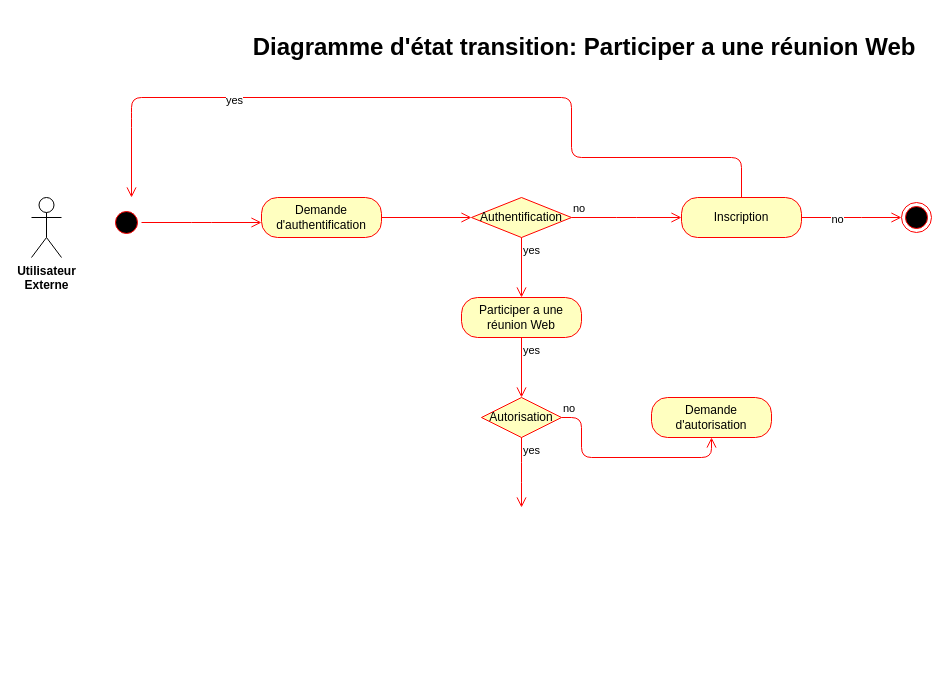
The draw.io diagram page "Diagr_EtatTransition_AstraRecherche" (10 of 10) of AstraComponentDiagr.drawio in Lamessolo/ProjetLeadTech, before the edit. Source tidied: cells renumbered, new cells numbered last; positions are measured from the earlier drawing's top-left corner, leaving out a move shared by most shapes. Both pictures are drawn from the tidied source at 100%, with x=0, y=0 at pixel (31, 27).
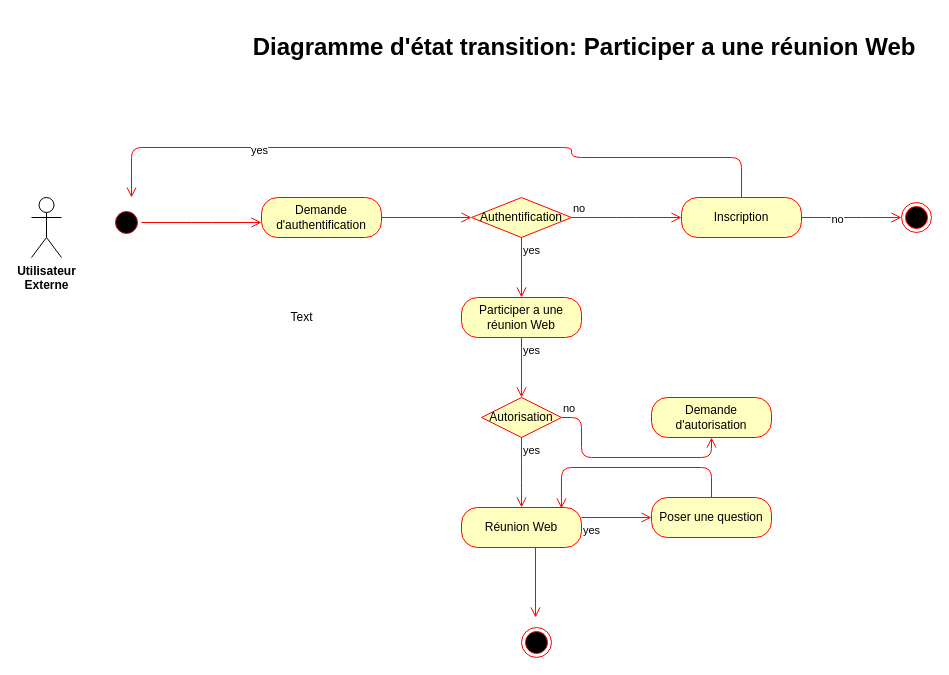
After the change.

Unchanged cells that the change refers to:
```xml
<mxCell id="11" value="Inscription" style="rounded=1;whiteSpace=wrap;html=1;arcSize=40;fontColor=#000000;fillColor=#ffffc0;strokeColor=#ff0000;" parent="1" vertex="1">
  <mxGeometry x="650" y="170" width="120" height="40" as="geometry" />
</mxCell>
```

The edit, as a diff of the source:
```diff
@@
     <mxCell id="15" style="edgeStyle=orthogonalEdgeStyle;html=1;align=left;verticalAlign=top;endArrow=open;endSize=8;strokeColor=#ff0000;exitX=0.5;exitY=0;exitDx=0;exitDy=0;" parent="1" edge="1" source="11">
       <mxGeometry x="-1" y="-22" relative="1" as="geometry">
         <mxPoint x="100" y="170" as="targetPoint" />
         <Array as="points">
           <mxPoint x="710" y="130" />
           <mxPoint x="540" y="130" />
-          <mxPoint x="540" y="70" />
-          <mxPoint x="100" y="70" />
-          <mxPoint x="100" y="90" />
+          <mxPoint x="540" y="120" />
+          <mxPoint x="100" y="120" />
         </Array>
         <mxPoint x="-12" y="20" as="offset" />
       </mxGeometry>
     </mxCell>
@@
+    <mxCell id="24" value="Réunion Web" style="rounded=1;whiteSpace=wrap;html=1;arcSize=40;fontColor=#000000;fillColor=#ffffc0;strokeColor=#ff0000;" parent="1" vertex="1">
+      <mxGeometry x="430" y="480" width="120" height="40" as="geometry" />
+    </mxCell>
+    <mxCell id="25" value="yes" style="edgeStyle=orthogonalEdgeStyle;html=1;align=left;verticalAlign=top;endArrow=open;endSize=8;strokeColor=#ff0000;exitX=1;exitY=0.25;exitDx=0;exitDy=0;" parent="1" edge="1" source="24" target="26">
+      <mxGeometry x="-1" relative="1" as="geometry" />
+    </mxCell>
+    <mxCell id="26" value="Poser une question" style="rounded=1;whiteSpace=wrap;html=1;arcSize=40;fontColor=#000000;fillColor=#ffffc0;strokeColor=#ff0000;" parent="1" vertex="1">
+      <mxGeometry x="620" y="470" width="120" height="40" as="geometry" />
+    </mxCell>
+    <mxCell id="27" style="edgeStyle=orthogonalEdgeStyle;html=1;align=left;verticalAlign=top;endArrow=open;endSize=8;strokeColor=#ff0000;exitX=0.5;exitY=0;exitDx=0;exitDy=0;entryX=0.833;entryY=0.025;entryDx=0;entryDy=0;entryPerimeter=0;" parent="1" edge="1" source="26" target="24">
+      <mxGeometry x="-1" relative="1" as="geometry">
+        <Array as="points">
+          <mxPoint x="680" y="440" />
+          <mxPoint x="530" y="440" />
+        </Array>
+      </mxGeometry>
+    </mxCell>
+    <mxCell id="28" style="edgeStyle=orthogonalEdgeStyle;html=1;align=left;verticalAlign=top;endArrow=open;endSize=8;strokeColor=#ff0000;" parent="1" edge="1">
+      <mxGeometry x="-1" relative="1" as="geometry">
+        <mxPoint x="504" y="520" as="sourcePoint" />
+        <mxPoint x="504" y="590" as="targetPoint" />
+      </mxGeometry>
+    </mxCell>
+    <mxCell id="29" style="ellipse;html=1;shape=endState;fillColor=#000000;strokeColor=#ff0000;" parent="1" vertex="1">
+      <mxGeometry x="490" y="600" width="30" height="30" as="geometry" />
+    </mxCell>
+    <mxCell id="30" value="Text" style="text;html=1;align=center;verticalAlign=middle;" parent="1" vertex="1">
+      <mxGeometry x="250" y="280" width="40" height="20" as="geometry" />
+    </mxCell>
```
